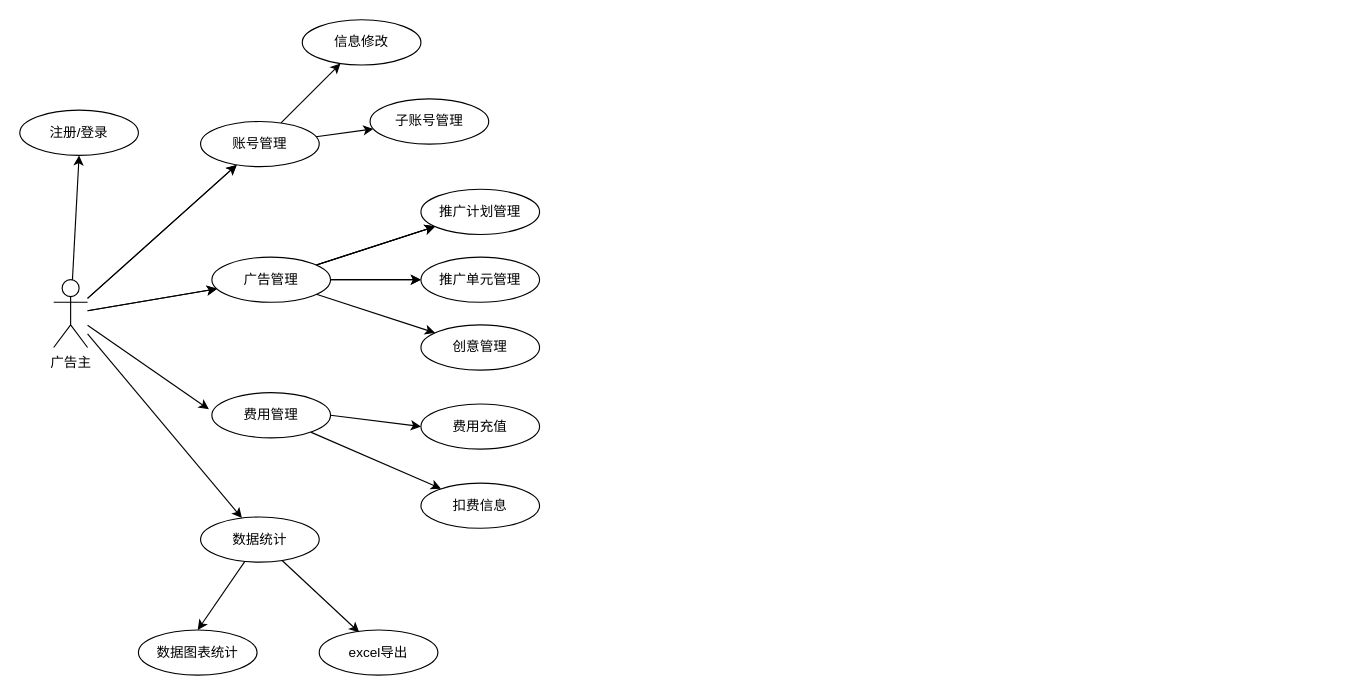
Earlier version of the draw.io diagram 广告主用例图.drawio (izayoiyurin/draw). Source tidied: cells renumbered, new cells numbered last; positions are measured from the earlier drawing's top-left corner, leaving out a move shared by most shapes. Both pictures are drawn from the tidied source at 113%, with x=0, y=0 at pixel (19, 19).
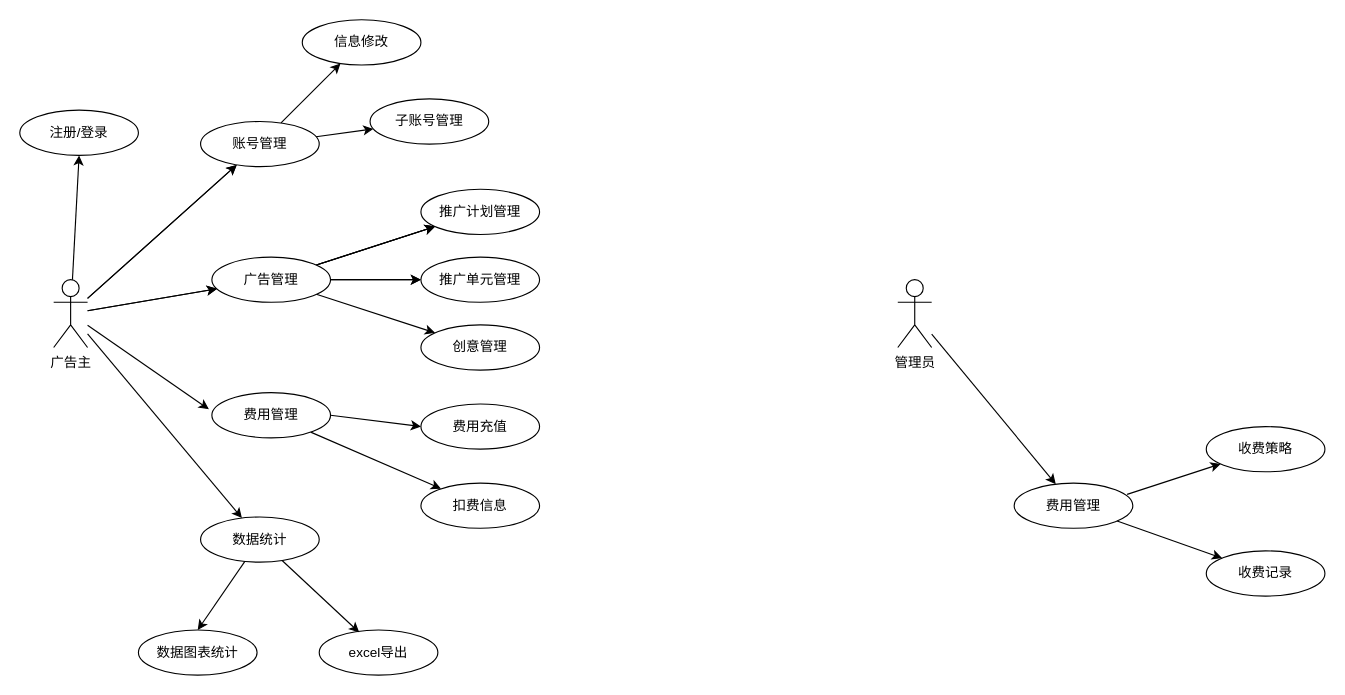
After the change.

Commit message:
管理员信息

What changed in the source:
```diff
@@
+    <mxCell id="36" value="管理员" style="shape=umlActor;verticalLabelPosition=bottom;verticalAlign=top;html=1;" parent="1" vertex="1">
+      <mxGeometry x="777" y="230" width="30" height="60" as="geometry" />
+    </mxCell>
+    <mxCell id="37" value="费用管理" style="ellipse;whiteSpace=wrap;html=1;verticalAlign=middle;labelPosition=center;verticalLabelPosition=middle;align=center;" parent="1" vertex="1">
+      <mxGeometry x="880" y="410" width="105" height="40" as="geometry" />
+    </mxCell>
+    <mxCell id="38" value="收费策略" style="ellipse;whiteSpace=wrap;html=1;verticalAlign=middle;labelPosition=center;verticalLabelPosition=middle;align=center;" parent="1" vertex="1">
+      <mxGeometry x="1050" y="360" width="105" height="40" as="geometry" />
+    </mxCell>
+    <mxCell id="39" value="收费记录" style="ellipse;whiteSpace=wrap;html=1;verticalAlign=middle;labelPosition=center;verticalLabelPosition=middle;align=center;" parent="1" vertex="1">
+      <mxGeometry x="1050" y="470" width="105" height="40" as="geometry" />
+    </mxCell>
+    <mxCell id="40" style="endArrow=classic;html=1;rounded=0;" parent="1" edge="1" source="36" target="37">
+      <mxGeometry relative="1" as="geometry" />
+    </mxCell>
+    <mxCell id="41" style="endArrow=classic;html=1;rounded=0;exitX=0.952;exitY=0.25;exitDx=0;exitDy=0;exitPerimeter=0;" parent="1" edge="1" source="37" target="38">
+      <mxGeometry relative="1" as="geometry" />
+    </mxCell>
+    <mxCell id="42" style="endArrow=classic;html=1;rounded=0;" parent="1" edge="1" source="37" target="39">
+      <mxGeometry relative="1" as="geometry" />
+    </mxCell>
```
